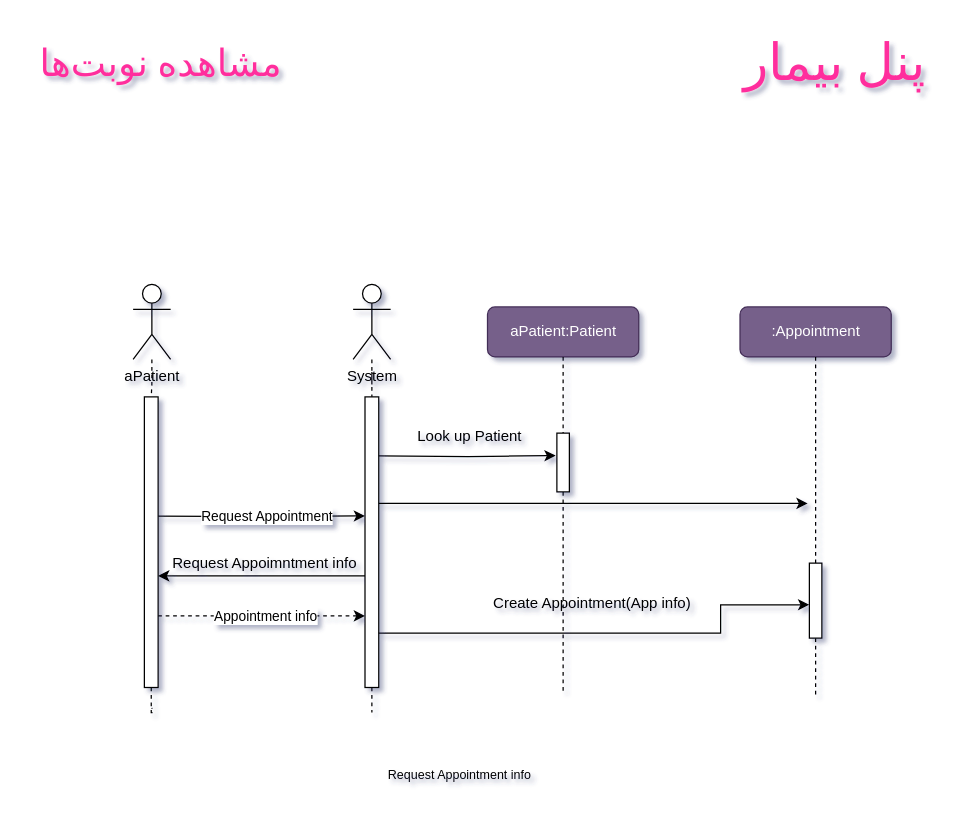
Earlier version of the draw.io diagram page "مشاهده نوبت‌‌ها" (11 of 20) of Sequence Diagram/SequenceDiagram.drawio (Matinrezaei/Software-Lab). Source tidied: cells renumbered, new cells numbered last; positions are measured from the earlier drawing's top-left corner, leaving out a move shared by most shapes. Both pictures are drawn from the tidied source at 125%, with x=0, y=0 at pixel (21, 21).
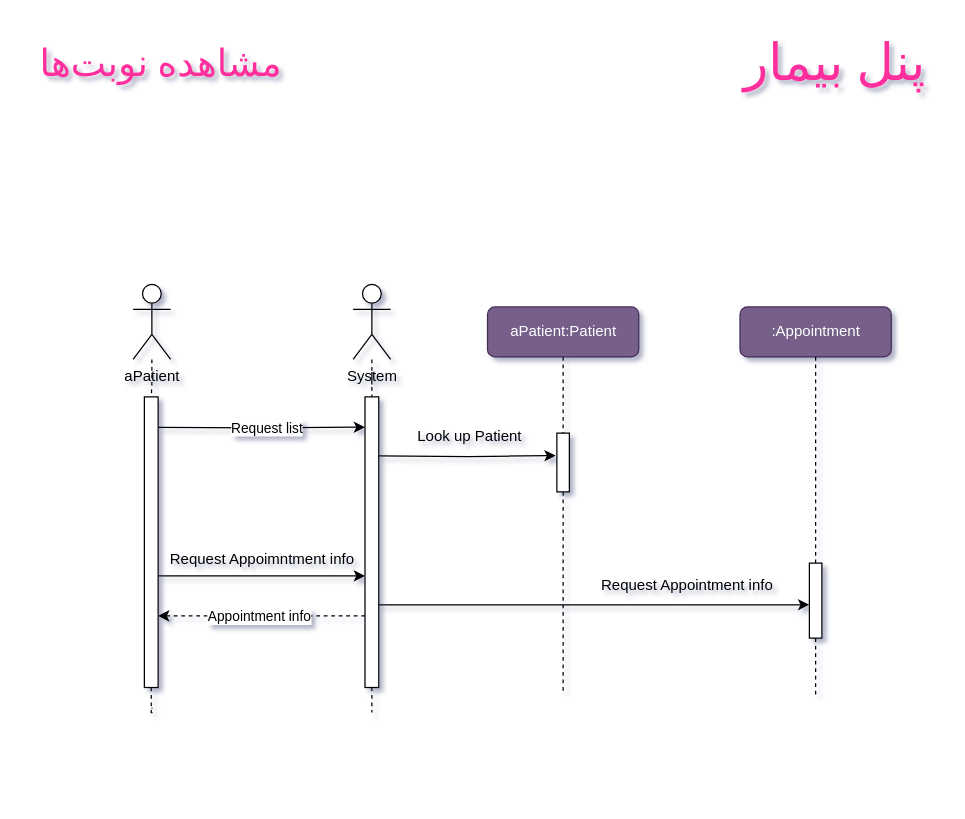
Above is the later version.

Unchanged cells that the change refers to:
```xml
<mxCell id="17" style="rounded=0;whiteSpace=wrap;html=1;direction=south;" parent="1" vertex="1">
  <mxGeometry x="274.5" y="300" width="11" height="232.5" as="geometry" />
</mxCell>
<mxCell id="29" style="rounded=0;whiteSpace=wrap;html=1;direction=south;" parent="1" vertex="1">
  <mxGeometry x="630" y="433" width="10" height="60" as="geometry" />
</mxCell>
```

What changed in the source:
```diff
@@
     <mxCell id="9" style="edgeStyle=orthogonalEdgeStyle;rounded=0;orthogonalLoop=1;jettySize=auto;html=1;entryX=0.5;entryY=1;entryDx=0;entryDy=0;dashed=1;" parent="1" edge="1">
       <mxGeometry relative="1" as="geometry">
-        <mxPoint x="109" y="475.2" as="sourcePoint" />
-        <mxPoint x="274.5" y="475.2" as="targetPoint" />
+        <mxPoint x="274.5" y="475.2" as="sourcePoint" />
+        <mxPoint x="109" y="475.2" as="targetPoint" />
       </mxGeometry>
     </mxCell>
@@
-    <mxCell id="11" style="edgeStyle=orthogonalEdgeStyle;rounded=0;orthogonalLoop=1;jettySize=auto;html=1;entryX=0.5;entryY=1;entryDx=0;entryDy=0;" parent="1" edge="1">
-      <mxGeometry relative="1" as="geometry">
-        <mxPoint x="109" y="395.3" as="sourcePoint" />
-        <mxPoint x="274.5" y="395.2" as="targetPoint" />
-      </mxGeometry>
-    </mxCell>
-    <mxCell id="12" value="Request Appointment" style="edgeLabel;html=1;align=center;verticalAlign=middle;" parent="11" vertex="1">
-      <mxGeometry x="0.05" relative="1" as="geometry" />
-    </mxCell>
@@
-    <mxCell id="16" style="edgeStyle=orthogonalEdgeStyle;rounded=0;orthogonalLoop=1;jettySize=auto;html=1;" parent="1" edge="1">
-      <mxGeometry relative="1" as="geometry">
-        <mxPoint x="285.5" y="385.2" as="sourcePoint" />
-        <mxPoint x="628.6" y="385.2" as="targetPoint" />
-      </mxGeometry>
-    </mxCell>
@@
     <mxCell id="22" style="edgeStyle=orthogonalEdgeStyle;rounded=0;orthogonalLoop=1;jettySize=auto;html=1;entryX=0.5;entryY=0;entryDx=0;entryDy=0;" parent="1" edge="1">
       <mxGeometry relative="1" as="geometry">
-        <mxPoint x="274.5" y="443.2" as="sourcePoint" />
-        <mxPoint x="109" y="443.2" as="targetPoint" />
+        <mxPoint x="109" y="443.2" as="sourcePoint" />
+        <mxPoint x="274.5" y="443.2" as="targetPoint" />
       </mxGeometry>
     </mxCell>
     <mxCell id="23" value="Request Appoimntment info" style="text;html=1;align=center;verticalAlign=middle;strokeColor=none;fillColor=none;" parent="1" vertex="1">
-      <mxGeometry x="108" y="420" width="171" height="26" as="geometry" />
+      <mxGeometry x="106" y="417" width="171" height="26" as="geometry" />
     </mxCell>
-    <mxCell id="24" value="&lt;font style=&quot;font-size: 10px;&quot;&gt;Request Appointment info&lt;/font&gt;" style="text;html=1;align=center;verticalAlign=middle;strokeColor=none;fillColor=none;" parent="1" vertex="1">
-      <mxGeometry x="279" y="589" width="141" height="26" as="geometry" />
-    </mxCell>
@@
     <mxCell id="30" style="edgeStyle=orthogonalEdgeStyle;rounded=0;jettySize=auto;html=1;entryX=0.555;entryY=1.012;entryDx=0;entryDy=0;entryPerimeter=0;" parent="1" edge="1" source="17" target="29">
       <mxGeometry relative="1" as="geometry">
         <Array as="points">
-          <mxPoint x="559" y="489" />
+          <mxPoint x="559" y="466" />
         </Array>
       </mxGeometry>
     </mxCell>
-    <mxCell id="31" value="&lt;font style=&quot;font-size: 12px;&quot;&gt;Create Appointment(App info)&lt;/font&gt;" style="text;html=1;align=center;verticalAlign=middle;strokeColor=none;fillColor=none;" parent="1" vertex="1">
-      <mxGeometry x="366" y="452" width="179" height="26" as="geometry" />
+    <mxCell id="31" value="&lt;font style=&quot;font-size: 12px;&quot;&gt;Request Appointment info&lt;br&gt;&lt;/font&gt;" style="text;html=1;align=center;verticalAlign=middle;strokeColor=none;fillColor=none;" parent="1" vertex="1">
+      <mxGeometry x="452" y="438" width="160" height="26" as="geometry" />
     </mxCell>
+    <mxCell id="32" style="edgeStyle=orthogonalEdgeStyle;rounded=0;orthogonalLoop=1;jettySize=auto;html=1;entryX=0.5;entryY=1;entryDx=0;entryDy=0;" parent="1" edge="1">
+      <mxGeometry relative="1" as="geometry">
+        <mxPoint x="109" y="324.3" as="sourcePoint" />
+        <mxPoint x="274.5" y="324.2" as="targetPoint" />
+      </mxGeometry>
+    </mxCell>
+    <mxCell id="33" value="Request list" style="edgeLabel;html=1;align=center;verticalAlign=middle;" parent="32" vertex="1">
+      <mxGeometry x="0.05" relative="1" as="geometry" />
+    </mxCell>
```
